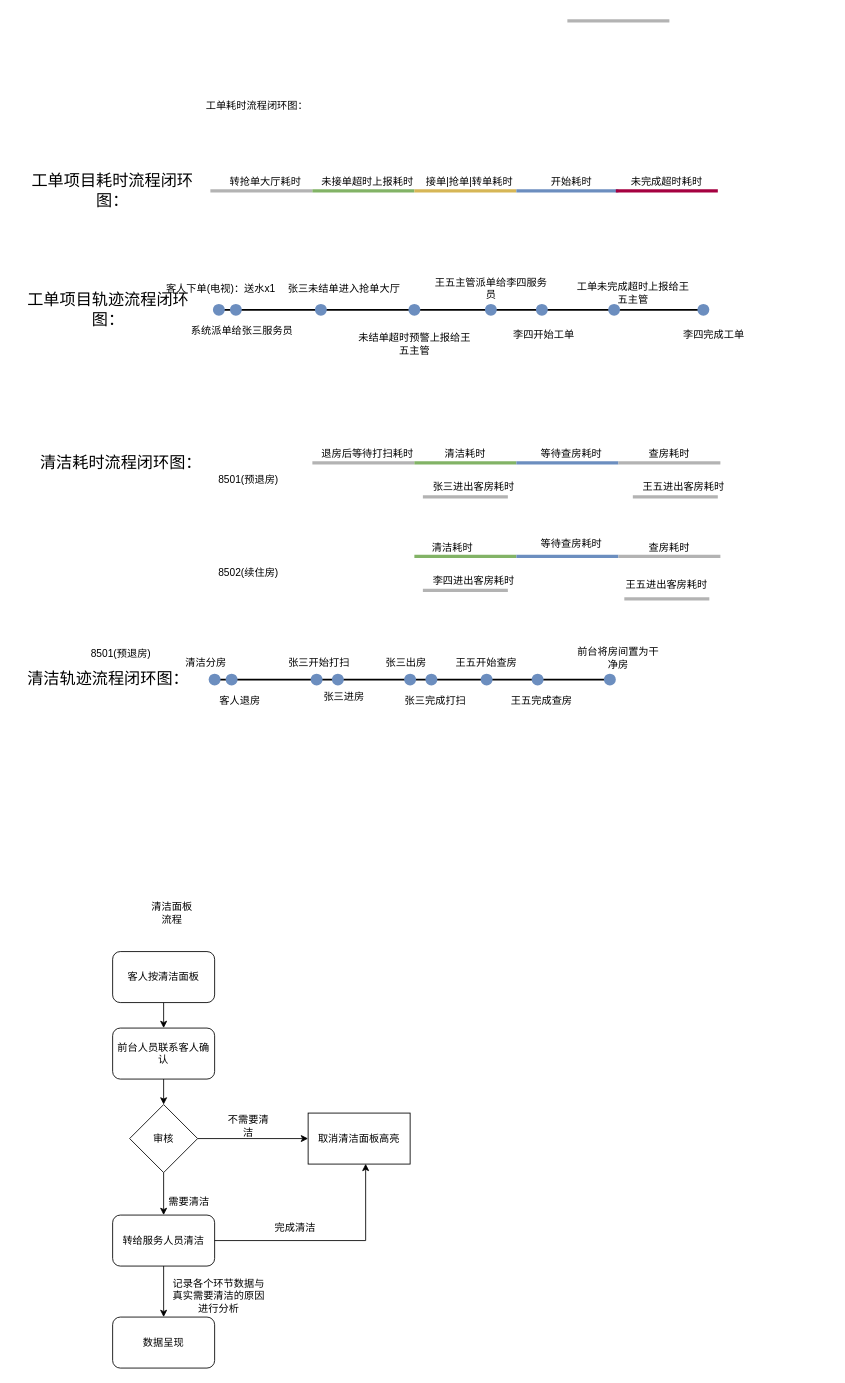
Before: xzzh/服务管家流程整理.drawio in daniel-7d/draw, a draw.io diagram. Source tidied: cells renumbered, new cells numbered last; positions are measured from the earlier drawing's top-left corner, leaving out a move shared by most shapes. Both pictures are drawn from the tidied source at 85%, with x=0, y=0 at pixel (19, 16).
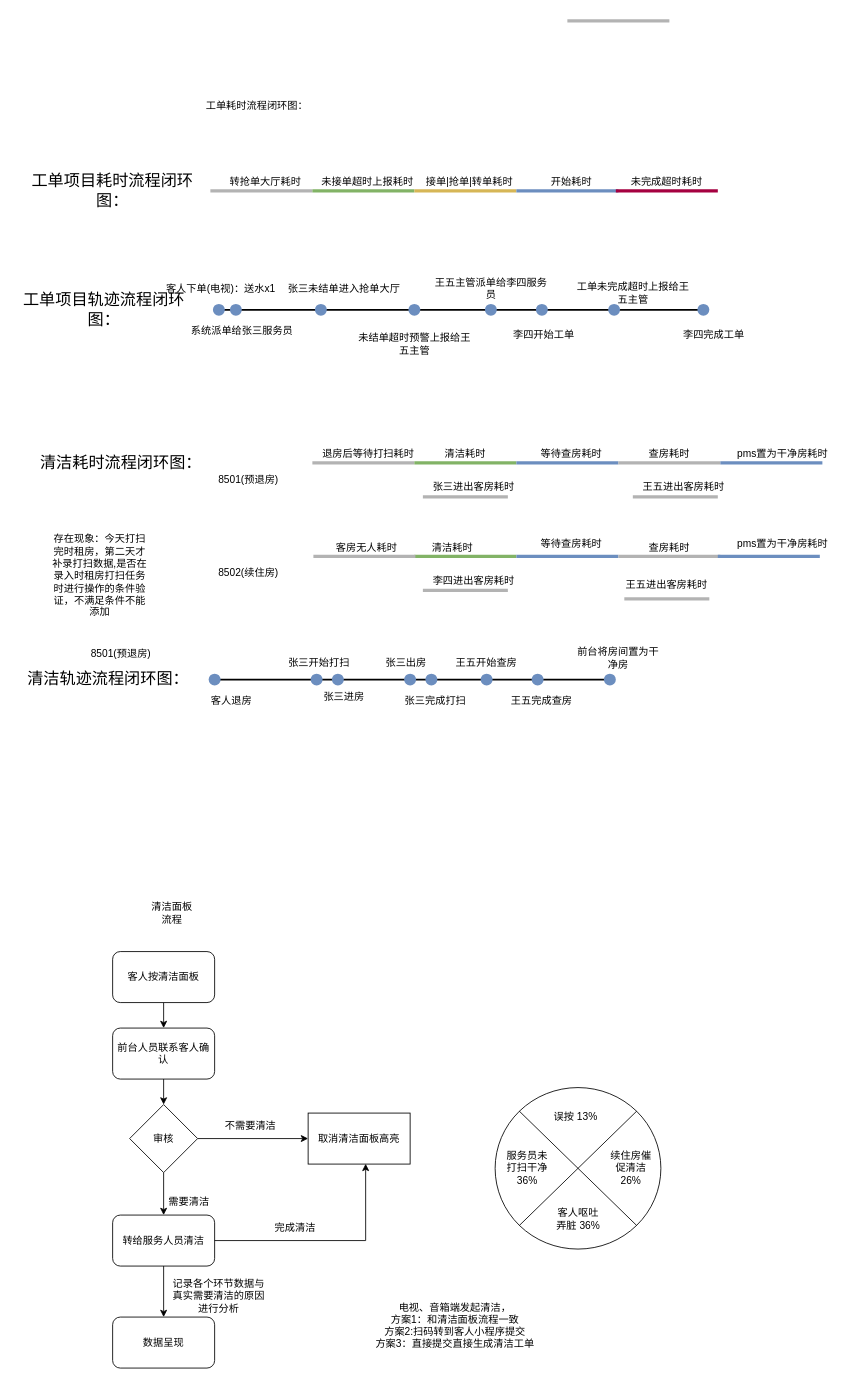
The same page after the edit.

Commit message:
更新服务管家流程整理.drawio

The edit, as a diff of the source:
```diff
@@
     <mxCell id="15" value="&lt;font style=&quot;font-size: 19px;&quot;&gt;工单项目轨迹流程闭环图：&lt;/font&gt;" style="text;html=1;align=center;verticalAlign=middle;whiteSpace=wrap;rounded=0;" parent="1" vertex="1">
-      <mxGeometry y="330" width="210" height="30" as="geometry" />
+      <mxGeometry x="-5" y="330" width="210" height="30" as="geometry" />
     </mxCell>
@@
     <mxCell id="36" value="退房后等待打扫耗时" style="text;html=1;align=center;verticalAlign=middle;whiteSpace=wrap;rounded=0;" parent="1" vertex="1">
-      <mxGeometry x="345" y="500" width="130" height="30" as="geometry" />
+      <mxGeometry x="346.2" y="500" width="130" height="30" as="geometry" />
     </mxCell>
@@
-    <mxCell id="54" value="清洁分房" style="text;html=1;align=center;verticalAlign=middle;whiteSpace=wrap;rounded=0;" parent="1" vertex="1">
-      <mxGeometry x="180" y="745" width="80" height="30" as="geometry" />
-    </mxCell>
-    <mxCell id="55" style="shape=waypoint;sketch=0;fillStyle=solid;size=6;fillColor=#dae8fc;perimeter=centerPerimeter;strokeWidth=5;strokeColor=#6c8ebf;" parent="1" vertex="1">
-      <mxGeometry x="240" y="770" width="20" height="20" as="geometry" />
-    </mxCell>
     <mxCell id="56" value="客人退房" style="text;html=1;align=center;verticalAlign=middle;whiteSpace=wrap;rounded=0;" parent="1" vertex="1">
-      <mxGeometry x="225" y="790" width="70" height="30" as="geometry" />
+      <mxGeometry x="215" y="790" width="70" height="30" as="geometry" />
     </mxCell>
@@
     <mxCell id="88" value="不需要清洁" style="text;html=1;align=center;verticalAlign=middle;whiteSpace=wrap;rounded=0;" parent="1" vertex="1">
-      <mxGeometry x="240" y="1290" width="60" height="30" as="geometry" />
+      <mxGeometry x="240" y="1290" width="65" height="30" as="geometry" />
     </mxCell>
@@
+    <mxCell id="96" style="line;strokeWidth=4;html=1;perimeter=backbonePerimeter;strokeColor=#B3B3B3;" parent="1" vertex="1">
+      <mxGeometry x="346.2" y="630" width="120" height="10" as="geometry" />
+    </mxCell>
+    <mxCell id="97" value="客房无人耗时" style="text;html=1;align=center;verticalAlign=middle;whiteSpace=wrap;rounded=0;" parent="1" vertex="1">
+      <mxGeometry x="344" y="610" width="130" height="30" as="geometry" />
+    </mxCell>
+    <mxCell id="98" style="line;strokeWidth=4;html=1;perimeter=backbonePerimeter;strokeColor=#6c8ebf;fillColor=#dae8fc;" parent="1" vertex="1">
+      <mxGeometry x="822" y="630" width="120" height="10" as="geometry" />
+    </mxCell>
+    <mxCell id="99" style="line;strokeWidth=4;html=1;perimeter=backbonePerimeter;strokeColor=#6c8ebf;fillColor=#dae8fc;" parent="1" vertex="1">
+      <mxGeometry x="825" y="520" width="120" height="10" as="geometry" />
+    </mxCell>
+    <mxCell id="100" value="pms置为干净房耗时" style="text;html=1;align=center;verticalAlign=middle;whiteSpace=wrap;rounded=0;" parent="1" vertex="1">
+      <mxGeometry x="842" y="500" width="113" height="30" as="geometry" />
+    </mxCell>
+    <mxCell id="101" value="pms置为干净房耗时" style="text;html=1;align=center;verticalAlign=middle;whiteSpace=wrap;rounded=0;" parent="1" vertex="1">
+      <mxGeometry x="842" y="605" width="113" height="30" as="geometry" />
+    </mxCell>
+    <mxCell id="102" style="shape=sumEllipse;perimeter=ellipsePerimeter;whiteSpace=wrap;html=1;backgroundOutline=1;" parent="1" vertex="1">
+      <mxGeometry x="560" y="1260" width="195" height="190" as="geometry" />
+    </mxCell>
+    <mxCell id="103" value="误按 13%" style="text;html=1;align=center;verticalAlign=middle;whiteSpace=wrap;rounded=0;" parent="1" vertex="1">
+      <mxGeometry x="625" y="1280" width="60" height="30" as="geometry" />
+    </mxCell>
+    <mxCell id="104" value="续住房催促清洁 26%" style="text;html=1;align=center;verticalAlign=middle;whiteSpace=wrap;rounded=0;" parent="1" vertex="1">
+      <mxGeometry x="690" y="1340" width="60" height="30" as="geometry" />
+    </mxCell>
+    <mxCell id="105" value="客人呕吐弄脏 36%" style="text;html=1;align=center;verticalAlign=middle;whiteSpace=wrap;rounded=0;" parent="1" vertex="1">
+      <mxGeometry x="627.5" y="1400" width="60" height="30" as="geometry" />
+    </mxCell>
+    <mxCell id="106" value="服务员未打扫干净 36%" style="text;html=1;align=center;verticalAlign=middle;whiteSpace=wrap;rounded=0;" parent="1" vertex="1">
+      <mxGeometry x="567.5" y="1340" width="60" height="30" as="geometry" />
+    </mxCell>
+    <mxCell id="107" value="电视、音箱端发起清洁，&lt;div&gt;方案1：和清洁面板流程一致&lt;/div&gt;&lt;div&gt;方案2:扫码转到客人小程序提交&lt;/div&gt;&lt;div&gt;方案3：直接提交直接生成清洁工单&lt;/div&gt;" style="text;html=1;align=center;verticalAlign=middle;whiteSpace=wrap;rounded=0;" parent="1" vertex="1">
+      <mxGeometry x="392.5" y="1490" width="240" height="100" as="geometry" />
+    </mxCell>
+    <mxCell id="108" value="存在现象：今天打扫完时租房，第二天才补录打扫数据,是否在录入时租房打扫任务时进行操作的条件验证，不满足条件不能添加" style="text;html=1;align=center;verticalAlign=middle;whiteSpace=wrap;rounded=0;" parent="1" vertex="1">
+      <mxGeometry x="35" y="606" width="120" height="104" as="geometry" />
+    </mxCell>
```
